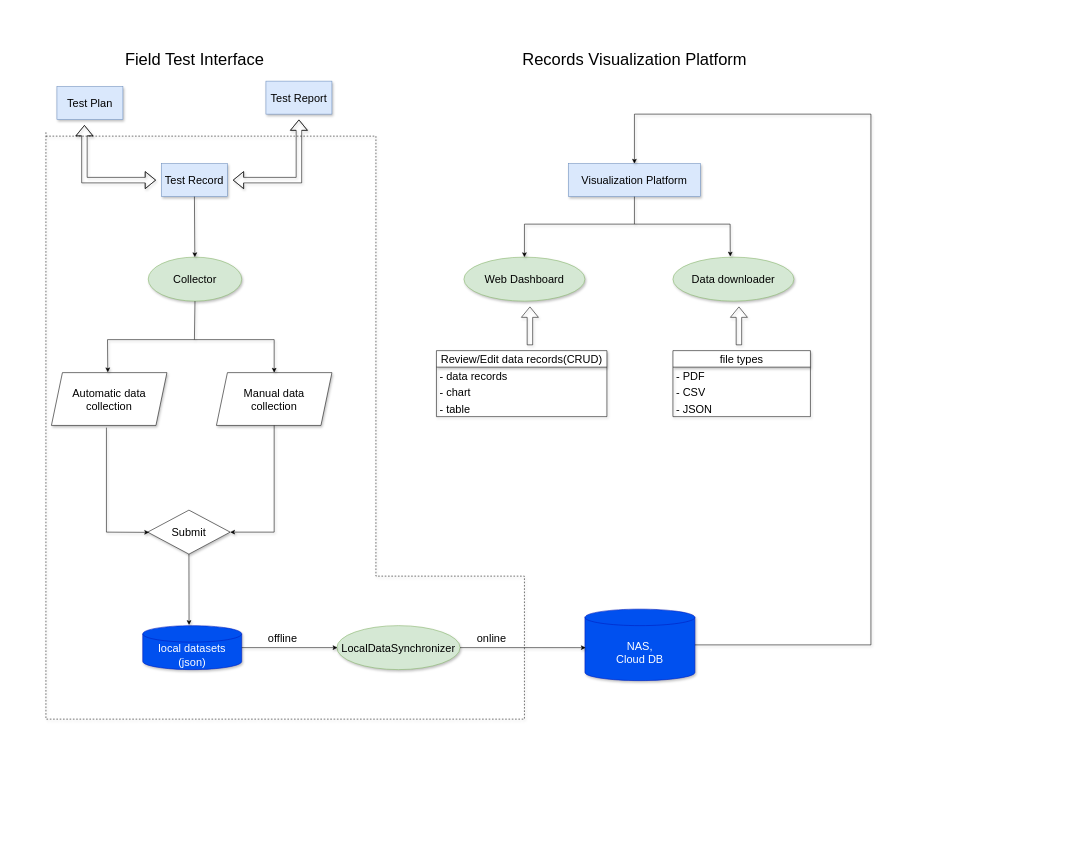
sphynxlee/flutterPlayground keeps this draw.io diagram as Field_Test_App.drawio. Above is the earlier version. Source tidied: cells renumbered, new cells numbered last; positions are measured from the earlier drawing's top-left corner, leaving out a move shared by most shapes. Both pictures are drawn from the tidied source at 55%, with x=0, y=0 at pixel (46, 45).
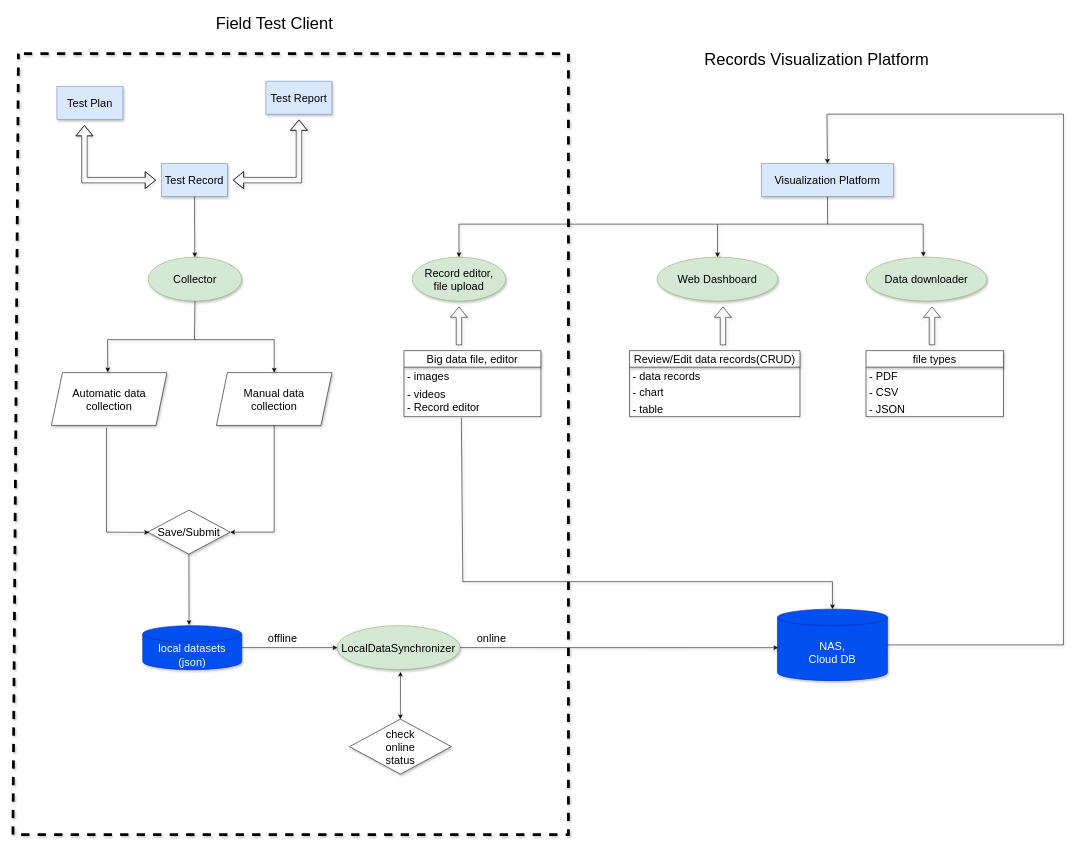
The same diagram, later.

The change refers to these unchanged cells:
```xml
<mxCell id="9" value="LocalDataSynchronizer" style="ellipse;whiteSpace=wrap;html=1;fontSize=20;shadow=1;fillColor=#d5e8d4;strokeColor=#82b366;" parent="1" vertex="1">
  <mxGeometry x="529" y="1055" width="224" height="80" as="geometry" />
</mxCell>
```

The edit, as a diff of the source:
```diff
@@
     <mxCell id="2" value="Visualization Platform" style="rounded=0;whiteSpace=wrap;html=1;fontSize=20;shadow=1;fillColor=#dae8fc;strokeColor=#6c8ebf;" parent="1" vertex="1">
-      <mxGeometry x="950" y="215" width="240" height="60" as="geometry" />
+      <mxGeometry x="1301" y="215" width="240" height="60" as="geometry" />
     </mxCell>
@@
     <mxCell id="7" value="NAS,&lt;br&gt;Cloud DB" style="shape=cylinder3;whiteSpace=wrap;html=1;boundedLbl=1;backgroundOutline=1;size=15;fontSize=20;shadow=1;fillColor=#0050ef;fontColor=#ffffff;strokeColor=#001DBC;" parent="1" vertex="1">
-      <mxGeometry x="980" y="1025" width="200" height="130" as="geometry" />
+      <mxGeometry x="1330" y="1025" width="200" height="130" as="geometry" />
     </mxCell>
@@
-    <mxCell id="12" value="Submit" style="rhombus;whiteSpace=wrap;html=1;fontSize=20;shadow=1;" parent="1" vertex="1">
+    <mxCell id="12" value="Save/Submit" style="rhombus;whiteSpace=wrap;html=1;fontSize=20;shadow=1;" parent="1" vertex="1">
       <mxGeometry x="185" y="845" width="150" height="80" as="geometry" />
     </mxCell>
@@
     <mxCell id="23" value="Web Dashboard" style="ellipse;whiteSpace=wrap;html=1;fontSize=20;shadow=1;fillColor=#d5e8d4;strokeColor=#82b366;" parent="1" vertex="1">
-      <mxGeometry x="760" y="385" width="220" height="80" as="geometry" />
+      <mxGeometry x="1111" y="385" width="220" height="80" as="geometry" />
     </mxCell>
     <mxCell id="24" value="Data downloader" style="ellipse;whiteSpace=wrap;html=1;fontSize=20;shadow=1;fillColor=#d5e8d4;strokeColor=#82b366;" parent="1" vertex="1">
-      <mxGeometry x="1140" y="385" width="220" height="80" as="geometry" />
+      <mxGeometry x="1491" y="385" width="220" height="80" as="geometry" />
     </mxCell>
     <mxCell id="25" value="Review/Edit data records(CRUD)" style="swimlane;fontStyle=0;horizontal=1;startSize=30;whiteSpace=wrap;html=1;fontSize=20;shadow=1;" parent="1" vertex="1">
-      <mxGeometry x="710" y="555" width="310" height="120" as="geometry" />
+      <mxGeometry x="1061" y="555" width="310" height="120" as="geometry" />
     </mxCell>
@@
     <mxCell id="29" value="file types" style="swimlane;fontStyle=0;horizontal=1;startSize=30;whiteSpace=wrap;html=1;fontSize=20;shadow=1;" parent="1" vertex="1">
-      <mxGeometry x="1140" y="555" width="250" height="120" as="geometry" />
+      <mxGeometry x="1491" y="555" width="250" height="120" as="geometry" />
     </mxCell>
@@
-    <mxCell id="33" style="endArrow=classic;html=1;rounded=0;exitX=1;exitY=0.5;exitDx=0;exitDy=0;exitPerimeter=0;entryX=0.5;entryY=0;entryDx=0;entryDy=0;shadow=1;" parent="1" edge="1" source="7" target="2">
+    <mxCell id="33" style="endArrow=classic;html=1;rounded=0;exitX=1;exitY=0.5;exitDx=0;exitDy=0;exitPerimeter=0;entryX=0.5;entryY=0;entryDx=0;entryDy=0;shadow=1;" parent="1" edge="1" target="2">
       <mxGeometry relative="1" as="geometry">
+        <mxPoint x="1530" y="1090" as="sourcePoint" />
         <Array as="points">
-          <mxPoint x="1500" y="1090" />
-          <mxPoint x="1500" y="125" />
-          <mxPoint x="1070" y="125" />
+          <mxPoint x="1850" y="1090" />
+          <mxPoint x="1850" y="125" />
+          <mxPoint x="1420" y="125" />
         </Array>
       </mxGeometry>
     </mxCell>
-    <mxCell id="34" style="endArrow=none;dashed=1;html=1;rounded=0;shadow=1;" parent="1" edge="1">
-      <mxGeometry relative="1" as="geometry">
-        <mxPoint y="165" as="sourcePoint" />
-        <mxPoint y="155" as="targetPoint" />
-        <Array as="points">
-          <mxPoint x="600" y="165" />
-          <mxPoint x="600" y="965" />
-          <mxPoint x="870" y="965" />
-          <mxPoint x="870" y="1225" />
-          <mxPoint y="1225" />
-        </Array>
-      </mxGeometry>
-    </mxCell>
@@
     <mxCell id="37" style="shape=flexArrow;endArrow=classic;html=1;rounded=0;shadow=1;" parent="1" edge="1">
       <mxGeometry relative="1" as="geometry">
-        <mxPoint x="880" y="545" as="sourcePoint" />
-        <mxPoint x="880" y="475" as="targetPoint" />
+        <mxPoint x="1231" y="545" as="sourcePoint" />
+        <mxPoint x="1231" y="475" as="targetPoint" />
       </mxGeometry>
     </mxCell>
     <mxCell id="38" style="shape=flexArrow;endArrow=classic;html=1;rounded=0;shadow=1;" parent="1" edge="1">
       <mxGeometry relative="1" as="geometry">
-        <mxPoint x="1260" y="545" as="sourcePoint" />
-        <mxPoint x="1260" y="475" as="targetPoint" />
+        <mxPoint x="1611" y="545" as="sourcePoint" />
+        <mxPoint x="1611" y="475" as="targetPoint" />
       </mxGeometry>
     </mxCell>
     <mxCell id="39" style="endArrow=classic;html=1;rounded=0;exitX=0.5;exitY=1;exitDx=0;exitDy=0;entryX=0.474;entryY=-0.015;entryDx=0;entryDy=0;entryPerimeter=0;shadow=1;" parent="1" edge="1" source="2" target="24">
       <mxGeometry relative="1" as="geometry">
         <Array as="points">
-          <mxPoint x="1070" y="325" />
-          <mxPoint x="1244" y="325" />
+          <mxPoint x="1421" y="325" />
+          <mxPoint x="1595" y="325" />
         </Array>
       </mxGeometry>
     </mxCell>
     <mxCell id="40" style="endArrow=classic;html=1;rounded=0;entryX=0.5;entryY=0;entryDx=0;entryDy=0;shadow=1;" parent="1" edge="1" target="23">
       <mxGeometry relative="1" as="geometry">
-        <mxPoint x="1070" y="325" as="sourcePoint" />
+        <mxPoint x="1421" y="325" as="sourcePoint" />
         <Array as="points">
-          <mxPoint x="870" y="325" />
+          <mxPoint x="1221" y="325" />
         </Array>
       </mxGeometry>
     </mxCell>
-    <mxCell id="41" value="&lt;font style=&quot;font-size: 30px;&quot;&gt;Field Test Interface&lt;/font&gt;" style="text;html=1;align=center;verticalAlign=middle;strokeColor=none;fillColor=none;" parent="1" vertex="1">
-      <mxGeometry x="130" width="280" height="50" as="geometry" />
+    <mxCell id="41" value="&lt;font style=&quot;font-size: 30px;&quot;&gt;Field Test Client&lt;/font&gt;" style="text;html=1;align=center;verticalAlign=middle;strokeColor=none;fillColor=none;" parent="1" vertex="1">
+      <mxGeometry x="295" y="-65" width="240" height="50" as="geometry" />
     </mxCell>
     <mxCell id="42" value="&lt;font style=&quot;font-size: 30px;&quot;&gt;Records Visualization Platform&lt;/font&gt;" style="text;html=1;align=center;verticalAlign=middle;strokeColor=none;fillColor=none;" parent="1" vertex="1">
-      <mxGeometry x="855" width="430" height="50" as="geometry" />
+      <mxGeometry x="1186" width="430" height="50" as="geometry" />
     </mxCell>
+    <mxCell id="43" value="check&lt;br&gt;online&lt;br&gt;status" style="rhombus;whiteSpace=wrap;html=1;fontSize=20;shadow=1;" parent="1" vertex="1">
+      <mxGeometry x="552" y="1225" width="185" height="100" as="geometry" />
+    </mxCell>
+    <mxCell id="44" style="endArrow=classic;startArrow=classic;html=1;rounded=0;entryX=0.516;entryY=1.049;entryDx=0;entryDy=0;exitX=0.5;exitY=0;exitDx=0;exitDy=0;entryPerimeter=0;" parent="1" edge="1" source="43" target="9">
+      <mxGeometry relative="1" as="geometry" />
+    </mxCell>
+    <mxCell id="45" value="Record editor,&lt;br&gt;file upload" style="ellipse;whiteSpace=wrap;html=1;fontSize=20;shadow=1;fillColor=#d5e8d4;strokeColor=#82b366;" parent="1" vertex="1">
+      <mxGeometry x="666" y="385" width="170" height="80" as="geometry" />
+    </mxCell>
+    <mxCell id="46" style="endArrow=classic;html=1;rounded=0;entryX=0.5;entryY=0;entryDx=0;entryDy=0;shadow=1;" parent="1" edge="1" target="45">
+      <mxGeometry relative="1" as="geometry">
+        <mxPoint x="1220" y="325" as="sourcePoint" />
+        <Array as="points">
+          <mxPoint x="751" y="325" />
+        </Array>
+      </mxGeometry>
+    </mxCell>
+    <mxCell id="47" value="Big data file, editor" style="swimlane;fontStyle=0;horizontal=1;startSize=30;whiteSpace=wrap;html=1;fontSize=20;shadow=1;" parent="1" vertex="1">
+      <mxGeometry x="651" y="555" width="249" height="120" as="geometry" />
+    </mxCell>
+    <mxCell id="48" value="- images" style="text;strokeColor=none;fillColor=none;align=left;verticalAlign=middle;spacingLeft=4;spacingRight=4;overflow=hidden;whiteSpace=wrap;html=1;fontSize=20;shadow=1;" parent="47" vertex="1">
+      <mxGeometry y="30" width="249" height="30" as="geometry" />
+    </mxCell>
+    <mxCell id="49" value="- videos&lt;br&gt;- Record editor&lt;br&gt;" style="text;strokeColor=none;fillColor=none;align=left;verticalAlign=middle;spacingLeft=4;spacingRight=4;overflow=hidden;points=[[0,0.5],[1,0.5]];portConstraint=eastwest;whiteSpace=wrap;html=1;fontSize=20;shadow=1;" parent="47" vertex="1">
+      <mxGeometry y="60" width="249" height="60" as="geometry" />
+    </mxCell>
+    <mxCell id="50" style="shape=flexArrow;endArrow=classic;html=1;rounded=0;shadow=1;" parent="1" edge="1">
+      <mxGeometry relative="1" as="geometry">
+        <mxPoint x="751" y="545" as="sourcePoint" />
+        <mxPoint x="751" y="475" as="targetPoint" />
+      </mxGeometry>
+    </mxCell>
+    <mxCell id="51" style="endArrow=classic;html=1;rounded=0;shadow=1;entryX=0.5;entryY=0;entryDx=0;entryDy=0;entryPerimeter=0;exitX=0.419;exitY=1.033;exitDx=0;exitDy=0;exitPerimeter=0;" parent="1" edge="1" source="49" target="7">
+      <mxGeometry relative="1" as="geometry">
+        <Array as="points">
+          <mxPoint x="758" y="975" />
+          <mxPoint x="1430" y="975" />
+        </Array>
+      </mxGeometry>
+    </mxCell>
+    <mxCell id="52" style="endArrow=none;dashed=1;html=1;rounded=0;strokeWidth=5;shadow=1;" parent="1" edge="1">
+      <mxGeometry relative="1" as="geometry">
+        <mxPoint x="-40" y="15" as="sourcePoint" />
+        <mxPoint x="-50" y="15" as="targetPoint" />
+        <Array as="points">
+          <mxPoint x="950" y="15" />
+          <mxPoint x="950" y="1435" />
+          <mxPoint x="-60" y="1435" />
+        </Array>
+      </mxGeometry>
+    </mxCell>
```
